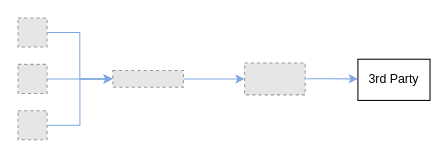
The draw.io diagram diagrams/single_instance_kafka.drawio in karimra/gnmic, before the edit. Source tidied: cells renumbered, new cells numbered last; positions are measured from the earlier drawing's top-left corner, leaving out a move shared by most shapes. Both pictures are drawn from the tidied source at 103%, with x=0, y=0 at pixel (18, 18). Pictures stored in the file or linked from it are replaced by grey dashed boxes.
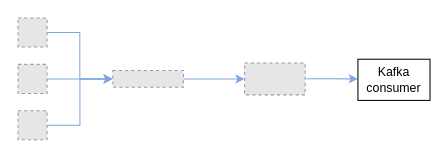
The same page after the edit.

What changed in the source:
```diff
@@
 <mxGraphModel>
   <root>
     <mxCell id="0" />
     <mxCell id="1" parent="0" />
     <mxCell id="2" style="edgeStyle=orthogonalEdgeStyle;rounded=0;jettySize=auto;html=1;exitX=1;exitY=0.5;exitDx=0;exitDy=0;strokeColor=#7EA6E0;entryX=0;entryY=0.5;entryDx=0;entryDy=0;" parent="1" edge="1" source="3" target="7">
       <mxGeometry relative="1" as="geometry">
         <Array as="points">
           <mxPoint x="60" y="14" />
           <mxPoint x="60" y="59" />
         </Array>
       </mxGeometry>
     </mxCell>
     <mxCell id="3" style="fillColor=#E6E6E6;strokeColor=#999999;dashed=1;verticalLabelPosition=bottom;labelBackgroundColor=#ffffff;verticalAlign=top;" parent="1" vertex="1">
       <mxGeometry width="28.2" height="28.2" as="geometry" />
     </mxCell>
     <mxCell id="4" style="edgeStyle=orthogonalEdgeStyle;rounded=0;jettySize=auto;html=1;exitX=1;exitY=0.5;exitDx=0;exitDy=0;strokeColor=#7EA6E0;entryX=0;entryY=0.5;entryDx=0;entryDy=0;" parent="1" edge="1" source="5" target="7">
       <mxGeometry relative="1" as="geometry" />
     </mxCell>
     <mxCell id="5" style="fillColor=#E6E6E6;strokeColor=#999999;dashed=1;verticalLabelPosition=bottom;labelBackgroundColor=#ffffff;verticalAlign=top;" parent="1" vertex="1">
       <mxGeometry y="90" width="28.2" height="28.2" as="geometry" />
     </mxCell>
     <mxCell id="6" style="edgeStyle=orthogonalEdgeStyle;rounded=0;jettySize=auto;html=1;exitX=1;exitY=0.5;exitDx=0;exitDy=0;entryX=0;entryY=0.5;entryDx=0;entryDy=0;strokeColor=#7EA6E0;" parent="1" edge="1" source="7">
       <mxGeometry relative="1" as="geometry">
         <mxPoint x="220" y="59.1" as="targetPoint" />
       </mxGeometry>
     </mxCell>
     <mxCell id="7" style="fillColor=#E6E6E6;strokeColor=#999999;dashed=1;verticalLabelPosition=bottom;labelBackgroundColor=#ffffff;verticalAlign=top;" parent="1" vertex="1">
       <mxGeometry x="92" y="51" width="68.6" height="16.2" as="geometry" />
     </mxCell>
     <mxCell id="8" style="edgeStyle=orthogonalEdgeStyle;rounded=0;orthogonalLoop=1;jettySize=auto;html=1;strokeColor=#7EA6E0;entryX=0;entryY=0.5;entryDx=0;entryDy=0;" parent="1" edge="1">
       <mxGeometry relative="1" as="geometry">
         <mxPoint x="280" y="59" as="sourcePoint" />
         <mxPoint x="330" y="59.1" as="targetPoint" />
         <Array as="points">
           <mxPoint x="300" y="59" />
           <mxPoint x="300" y="59" />
         </Array>
       </mxGeometry>
     </mxCell>
     <mxCell id="9" style="fillColor=#E6E6E6;strokeColor=#999999;dashed=1;verticalLabelPosition=bottom;labelBackgroundColor=#ffffff;verticalAlign=top;" parent="1" vertex="1">
       <mxGeometry y="45" width="28.2" height="28.2" as="geometry" />
     </mxCell>
     <mxCell id="10" style="edgeStyle=orthogonalEdgeStyle;rounded=0;jettySize=auto;html=1;strokeColor=#7EA6E0;entryX=0;entryY=0.5;entryDx=0;entryDy=0;exitX=1;exitY=0.5;exitDx=0;exitDy=0;" parent="1" edge="1" source="9" target="7">
       <mxGeometry relative="1" as="geometry">
         <Array as="points">
           <mxPoint x="92" y="59" />
         </Array>
       </mxGeometry>
     </mxCell>
-    <mxCell id="11" value="3rd Party" style="rounded=0;whiteSpace=wrap;html=1;fillColor=none;" parent="1" vertex="1">
+    <mxCell id="11" value="Kafka consumer" style="rounded=0;whiteSpace=wrap;html=1;fillColor=none;" parent="1" vertex="1">
       <mxGeometry x="330" y="40" width="70" height="40" as="geometry" />
     </mxCell>
     <mxCell id="12" style="fillColor=#E6E6E6;strokeColor=#999999;dashed=1;verticalLabelPosition=bottom;labelBackgroundColor=#ffffff;verticalAlign=top;fontColor=#0000FF;" parent="1" vertex="1">
       <mxGeometry x="220" y="43.7" width="58.8" height="30.9" as="geometry" />
     </mxCell>
   </root>
 </mxGraphModel>
```
